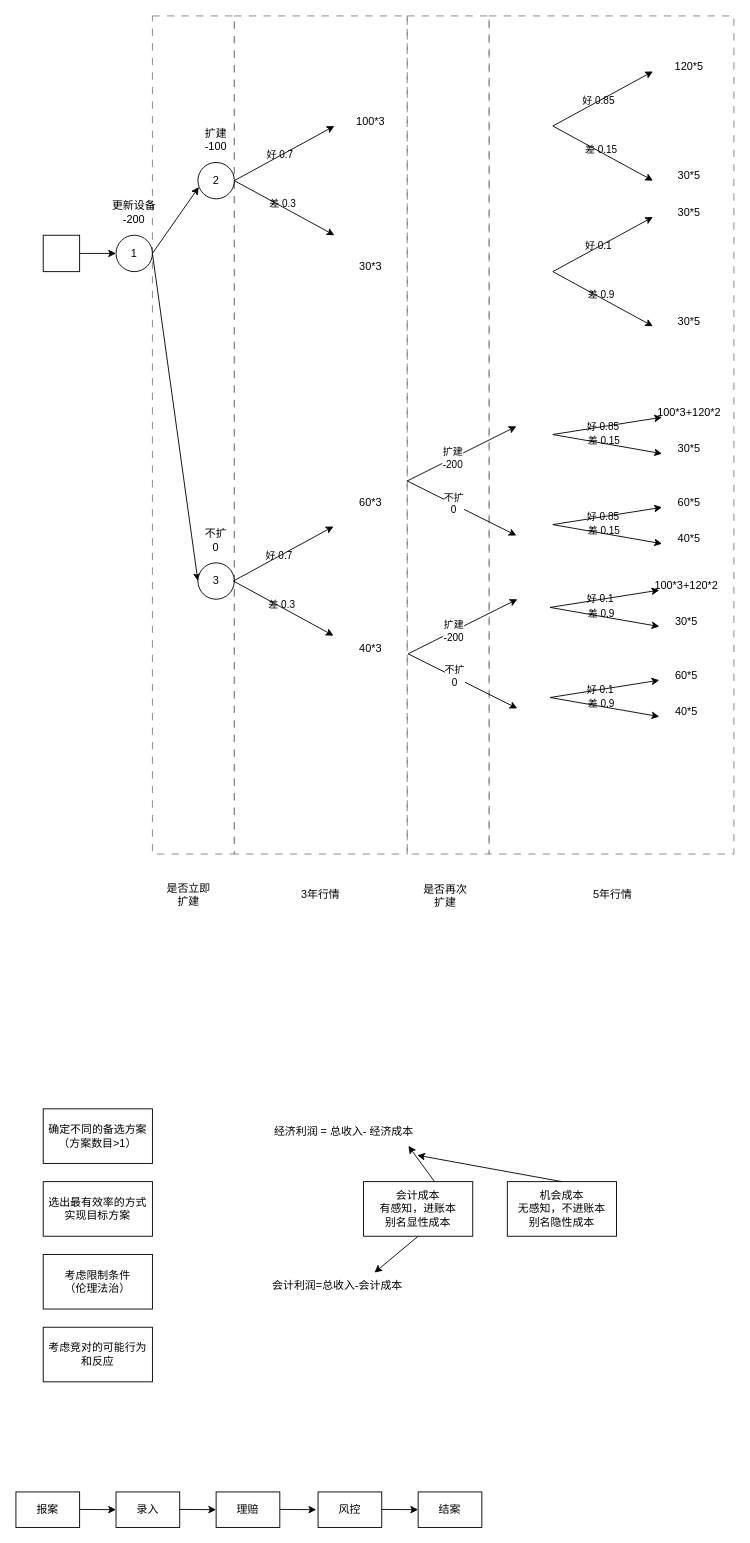
The draw.io diagram page "ObjectChain" (1 of 2) of js/strategyrTree.drawio in feiaaa/a-python-proj-crawler, before the edit. Source tidied: cells renumbered, new cells numbered last; positions are measured from the earlier drawing's top-left corner, leaving out a move shared by most shapes. Both pictures are drawn from the tidied source at 91%, with x=0, y=0 at pixel (15, 15).
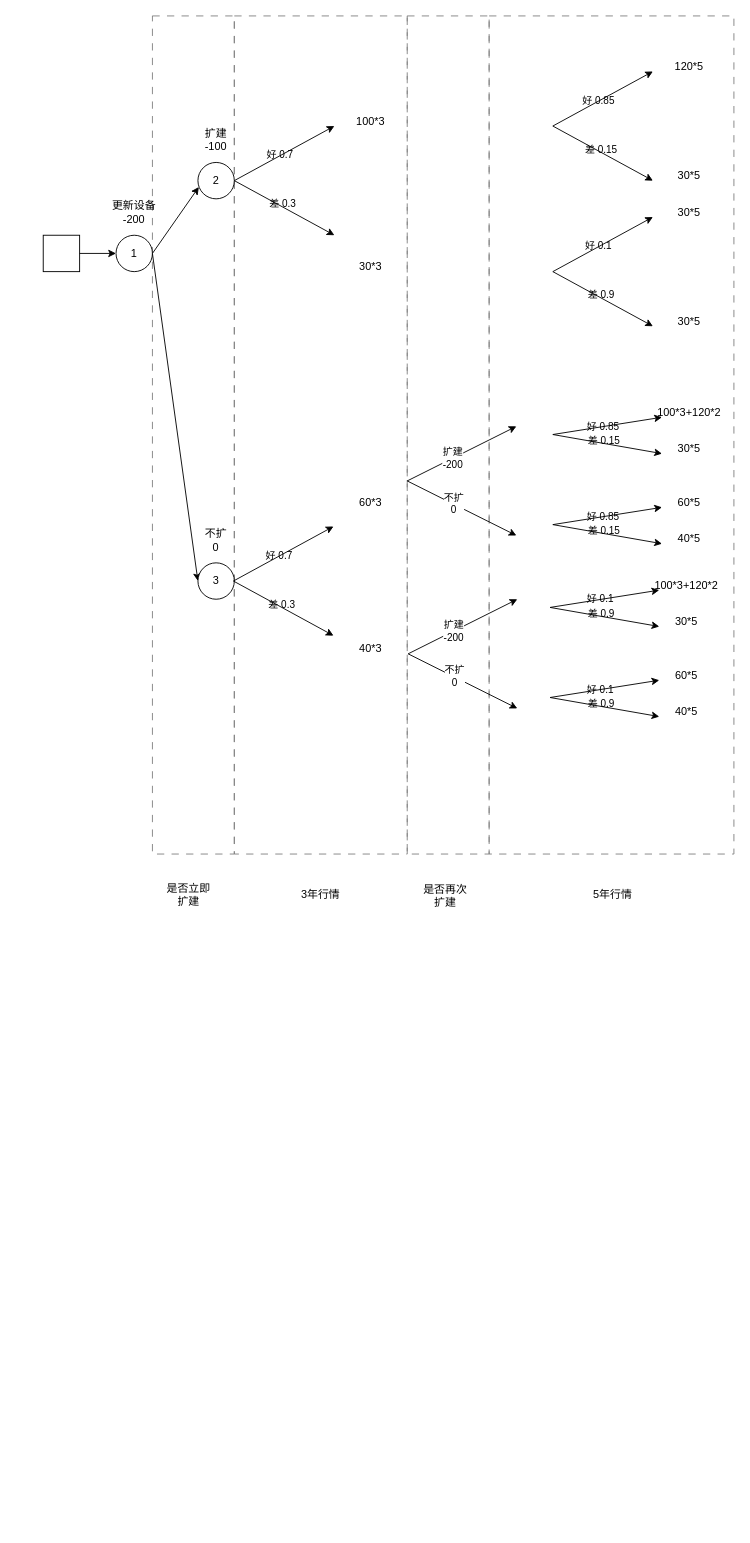
After the change.

Change to the diagram source:
```diff
@@
-    <mxCell id="79" value="确定不同的备选方案&lt;br&gt;（方案数目&amp;gt;1）" style="rounded=0;whiteSpace=wrap;html=1;" parent="1" vertex="1">
-      <mxGeometry x="30" y="1201" width="120" height="60" as="geometry" />
-    </mxCell>
-    <mxCell id="80" value="选出最有效率的方式实现目标方案" style="rounded=0;whiteSpace=wrap;html=1;" parent="1" vertex="1">
-      <mxGeometry x="30" y="1281" width="120" height="60" as="geometry" />
-    </mxCell>
-    <mxCell id="81" value="考虑限制条件&lt;br&gt;（伦理法治）" style="rounded=0;whiteSpace=wrap;html=1;" parent="1" vertex="1">
-      <mxGeometry x="30" y="1361" width="120" height="60" as="geometry" />
-    </mxCell>
-    <mxCell id="82" value="考虑竞对的可能行为和反应" style="rounded=0;whiteSpace=wrap;html=1;" parent="1" vertex="1">
-      <mxGeometry x="30" y="1441" width="120" height="60" as="geometry" />
-    </mxCell>
-    <mxCell id="83" value="经济利润 = 总收入- 经济成本" style="text;html=1;align=center;verticalAlign=middle;points=[];strokeColor=none;fillColor=none;" parent="1" vertex="1">
-      <mxGeometry x="270" y="1211" width="180" height="30" as="geometry" />
-    </mxCell>
-    <mxCell id="84" value="会计成本&lt;br&gt;有感知，进账本&lt;br&gt;别名显性成本" style="rounded=0;whiteSpace=wrap;html=1;" parent="1" vertex="1">
-      <mxGeometry x="382" y="1281" width="120" height="60" as="geometry" />
-    </mxCell>
-    <mxCell id="85" value="机会成本&lt;br&gt;无感知，不进账本&lt;br&gt;别名隐性成本" style="rounded=0;whiteSpace=wrap;html=1;" parent="1" vertex="1">
-      <mxGeometry x="540" y="1281" width="120" height="60" as="geometry" />
-    </mxCell>
-    <mxCell id="86" value="会计利润=总收入-会计成本" style="text;whiteSpace=wrap;html=1;" parent="1" vertex="1">
-      <mxGeometry x="280" y="1381" width="180" height="40" as="geometry" />
-    </mxCell>
-    <mxCell id="87" style="endArrow=classic;html=1;rounded=0;exitX=0.5;exitY=1;exitDx=0;exitDy=0;" parent="1" edge="1" source="84" target="86">
-      <mxGeometry relative="1" as="geometry" />
-    </mxCell>
-    <mxCell id="88" style="endArrow=classic;html=1;rounded=0;exitX=0.5;exitY=1;exitDx=0;exitDy=0;entryX=0.896;entryY=1.024;entryDx=0;entryDy=0;entryPerimeter=0;" parent="1" edge="1" target="83">
-      <mxGeometry relative="1" as="geometry">
-        <mxPoint x="460" y="1281" as="sourcePoint" />
-      </mxGeometry>
-    </mxCell>
-    <mxCell id="89" style="endArrow=classic;html=1;rounded=0;exitX=0.5;exitY=0;exitDx=0;exitDy=0;entryX=0.896;entryY=1.024;entryDx=0;entryDy=0;entryPerimeter=0;" parent="1" edge="1" source="85">
-      <mxGeometry relative="1" as="geometry">
-        <mxPoint x="441" y="1252" as="targetPoint" />
-      </mxGeometry>
-    </mxCell>
-    <mxCell id="90" value="报案" style="rounded=0;whiteSpace=wrap;html=1;" parent="1" vertex="1">
-      <mxGeometry y="1622" width="70" height="39" as="geometry" />
-    </mxCell>
-    <mxCell id="91" style="endArrow=classic;html=1;rounded=0;" parent="1" edge="1">
-      <mxGeometry relative="1" as="geometry">
-        <mxPoint x="70" y="1641.2" as="sourcePoint" />
-        <mxPoint x="110" y="1641.5" as="targetPoint" />
-      </mxGeometry>
-    </mxCell>
-    <mxCell id="92" value="录入" style="rounded=0;whiteSpace=wrap;html=1;" parent="1" vertex="1">
-      <mxGeometry x="110" y="1622" width="70" height="39" as="geometry" />
-    </mxCell>
-    <mxCell id="93" style="endArrow=classic;html=1;rounded=0;" parent="1" edge="1">
-      <mxGeometry relative="1" as="geometry">
-        <mxPoint x="180" y="1641.2" as="sourcePoint" />
-        <mxPoint x="220" y="1641.5" as="targetPoint" />
-      </mxGeometry>
-    </mxCell>
-    <mxCell id="94" value="理赔" style="rounded=0;whiteSpace=wrap;html=1;" parent="1" vertex="1">
-      <mxGeometry x="220" y="1622" width="70" height="39" as="geometry" />
-    </mxCell>
-    <mxCell id="95" style="endArrow=classic;html=1;rounded=0;" parent="1" edge="1">
-      <mxGeometry relative="1" as="geometry">
-        <mxPoint x="290" y="1641.2" as="sourcePoint" />
-        <mxPoint x="330" y="1641.5" as="targetPoint" />
-      </mxGeometry>
-    </mxCell>
-    <mxCell id="96" value="风控" style="rounded=0;whiteSpace=wrap;html=1;" parent="1" vertex="1">
-      <mxGeometry x="332" y="1622" width="70" height="39" as="geometry" />
-    </mxCell>
-    <mxCell id="97" style="endArrow=classic;html=1;rounded=0;" parent="1" edge="1">
-      <mxGeometry relative="1" as="geometry">
-        <mxPoint x="402" y="1641.2" as="sourcePoint" />
-        <mxPoint x="442" y="1641.5" as="targetPoint" />
-      </mxGeometry>
-    </mxCell>
-    <mxCell id="98" value="结案" style="rounded=0;whiteSpace=wrap;html=1;" parent="1" vertex="1">
-      <mxGeometry x="442" y="1622" width="70" height="39" as="geometry" />
-    </mxCell>
```
